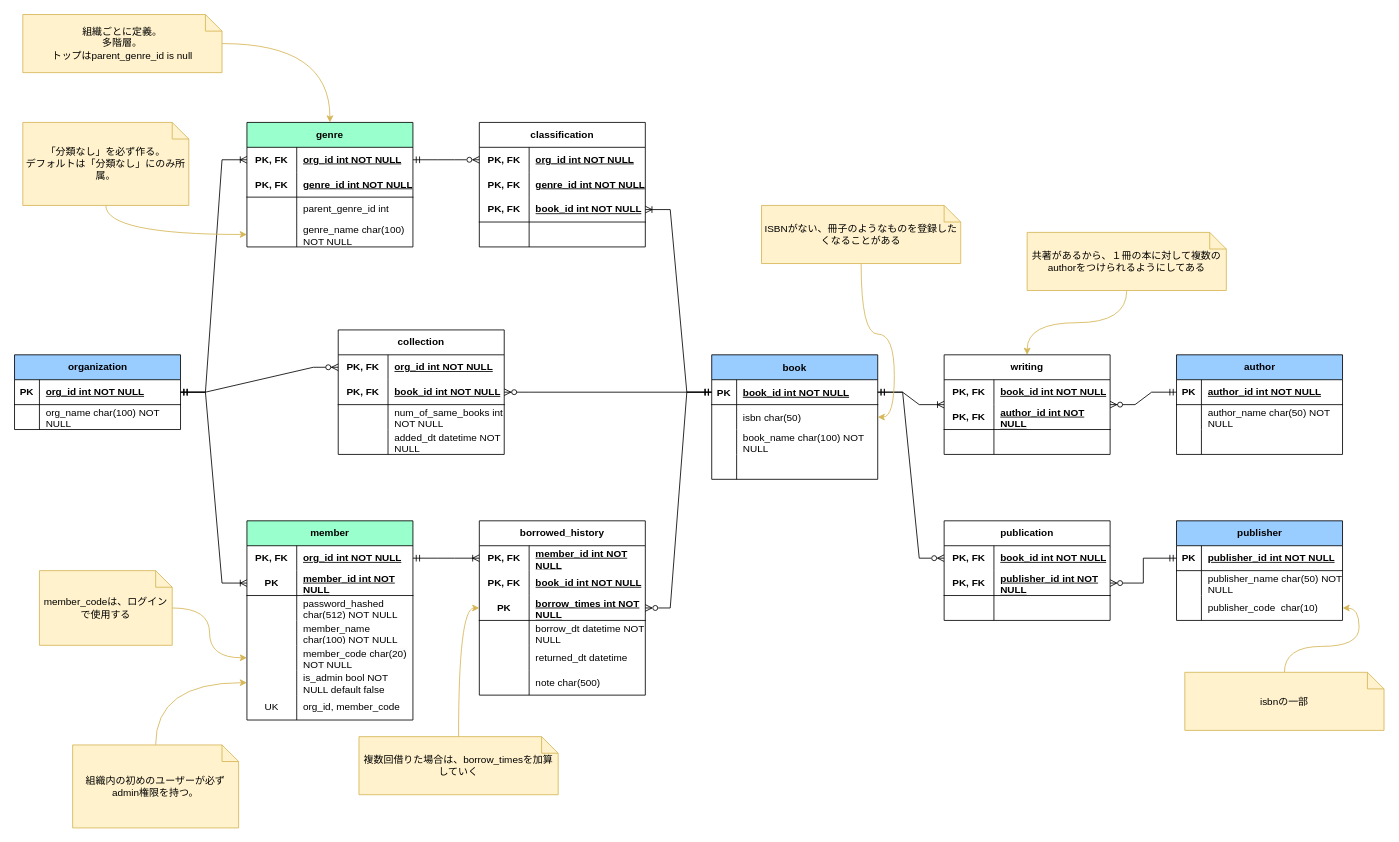
Earlier version of the draw.io diagram doc/er_diagram.drawio (yo16/bookshelf_2023). Source tidied: cells renumbered, new cells numbered last; positions are measured from the earlier drawing's top-left corner, leaving out a move shared by most shapes. Both pictures are drawn from the tidied source at 83%, with x=0, y=0 at pixel (14, 14).
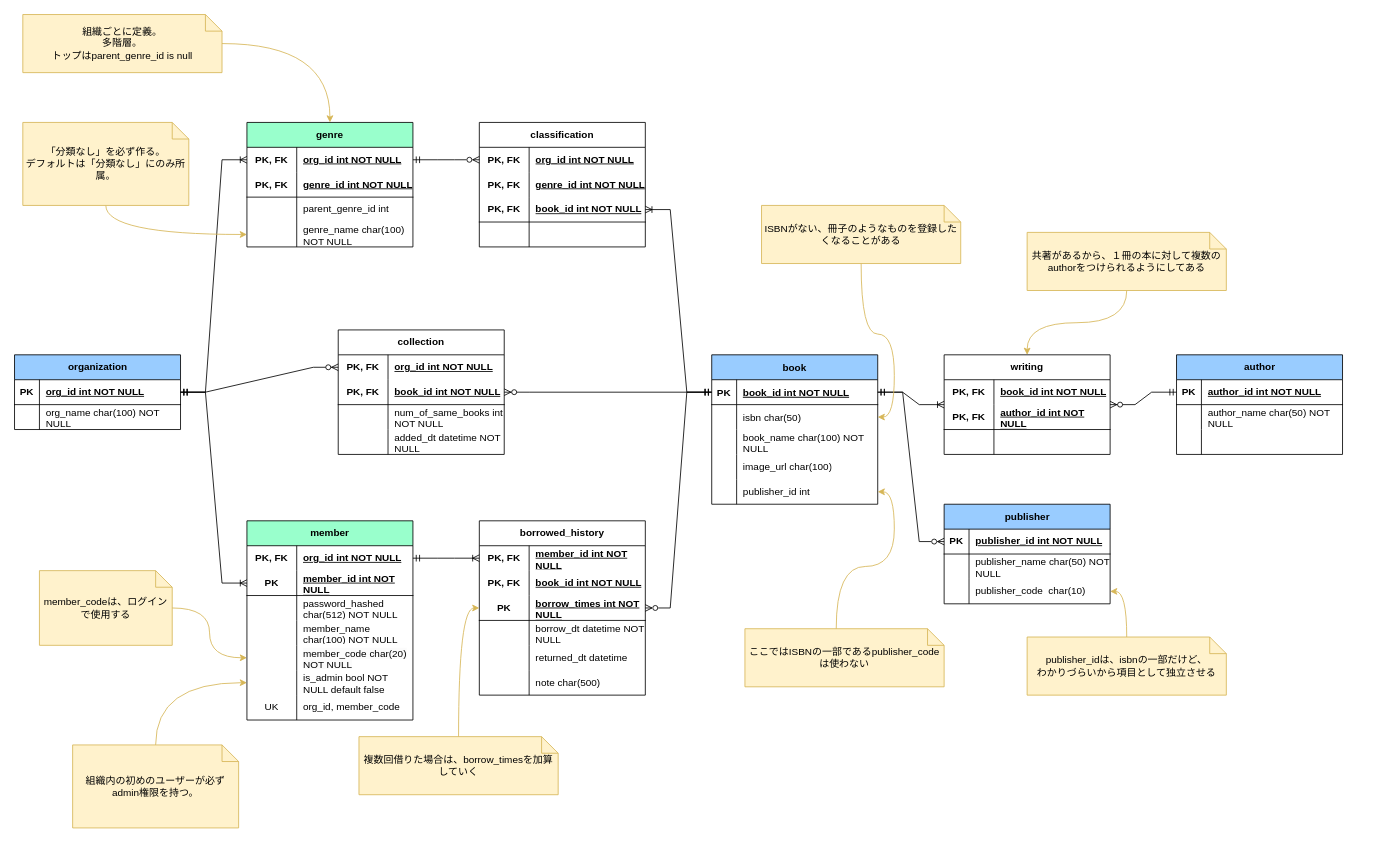
The same diagram, later.

Unchanged cells that the change refers to:
```xml
<mxCell id="3" style="shape=partialRectangle;fillColor=none;points=[[0,0.5],[1,0.5]];portConstraint=eastwest;top=0;left=0;right=0;bottom=1;" parent="2" vertex="1">
  <mxGeometry y="30" width="200" height="30" as="geometry" />
</mxCell>
<mxCell id="12" style="shape=partialRectangle;fillColor=none;top=0;left=0;right=0;bottom=0;" parent="2" vertex="1">
  <mxGeometry y="120" width="200" height="30" as="geometry" />
</mxCell>
<mxCell id="38" style="shape=tableRow;horizontal=0;startSize=0;swimlaneHead=0;swimlaneBody=0;fillColor=none;points=[[0,0.5],[1,0.5]];portConstraint=eastwest;top=0;left=0;right=0;bottom=1;" parent="37" vertex="1">
  <mxGeometry y="30" width="200" height="30" as="geometry" />
</mxCell>
```

Change to the diagram source:
```diff
@@
     <mxCell id="2" value="book" style="shape=table;startSize=30;childLayout=tableLayout;rowLines=0;fontStyle=1;align=center;fillColor=#99CCFF;" parent="1" vertex="1">
-      <mxGeometry x="840" y="410" width="200" height="150" as="geometry" />
+      <mxGeometry x="840" y="410" width="200" height="180" as="geometry" />
     </mxCell>
@@
-    <mxCell id="14" style="shape=partialRectangle;overflow=hidden;fillColor=none;top=0;left=0;bottom=0;right=0;align=left;spacingLeft=6;verticalAlign=middle;whiteSpace=wrap;" parent="12" vertex="1">
+    <mxCell id="14" value="image_url char(100)" style="shape=partialRectangle;overflow=hidden;fillColor=none;top=0;left=0;bottom=0;right=0;align=left;spacingLeft=6;verticalAlign=middle;whiteSpace=wrap;" parent="12" vertex="1">
       <mxGeometry x="30" width="170" height="30" as="geometry" />
     </mxCell>
+    <mxCell id="170" style="shape=partialRectangle;fillColor=none;points=[[0,0.5],[1,0.5]];portConstraint=eastwest;top=0;left=0;right=0;bottom=0;" parent="2" vertex="1">
+      <mxGeometry y="150" width="200" height="30" as="geometry" />
+    </mxCell>
+    <mxCell id="171" style="shape=partialRectangle;overflow=hidden;fillColor=none;top=0;left=0;bottom=0;right=0;" parent="170" vertex="1">
+      <mxGeometry width="30" height="30" as="geometry" />
+    </mxCell>
+    <mxCell id="172" value="publisher_id int" style="shape=partialRectangle;overflow=hidden;fillColor=none;top=0;left=0;bottom=0;right=0;align=left;spacingLeft=6;verticalAlign=middle;whiteSpace=wrap;" parent="170" vertex="1">
+      <mxGeometry x="30" width="170" height="30" as="geometry" />
+    </mxCell>
@@
     <mxCell id="37" value="publisher" style="shape=table;startSize=30;childLayout=tableLayout;rowLines=0;fontStyle=1;align=center;html=1;fillColor=#99CCFF;" parent="1" vertex="1">
-      <mxGeometry x="1400" y="610" width="200" height="120" as="geometry" />
+      <mxGeometry x="1120" y="590" width="200" height="120" as="geometry" />
     </mxCell>
@@
-    <mxCell id="47" value="publication" style="shape=table;startSize=30;childLayout=tableLayout;rowLines=0;fontStyle=1;align=center;html=1;whiteSpace=wrap;" parent="1" vertex="1">
-      <mxGeometry x="1120" y="610" width="200" height="120" as="geometry" />
-    </mxCell>
-    <mxCell id="48" style="shape=tableRow;horizontal=0;startSize=0;swimlaneHead=0;swimlaneBody=0;fillColor=none;points=[[0,0.5],[1,0.5]];portConstraint=eastwest;top=0;left=0;right=0;bottom=0;html=1;" parent="47" vertex="1">
-      <mxGeometry y="30" width="200" height="30" as="geometry" />
-    </mxCell>
-    <mxCell id="49" value="PK, FK" style="shape=partialRectangle;fillColor=none;top=0;left=0;bottom=0;right=0;fontStyle=1;overflow=hidden;html=1;whiteSpace=wrap;" parent="48" vertex="1">
-      <mxGeometry width="60" height="30" as="geometry" />
-    </mxCell>
-    <mxCell id="50" value="book_id int NOT NULL" style="shape=partialRectangle;fillColor=none;top=0;left=0;bottom=0;right=0;align=left;spacingLeft=6;fontStyle=5;overflow=hidden;html=1;whiteSpace=wrap;" parent="48" vertex="1">
-      <mxGeometry x="60" width="140" height="30" as="geometry" />
-    </mxCell>
-    <mxCell id="51" style="shape=tableRow;horizontal=0;startSize=0;swimlaneHead=0;swimlaneBody=0;fillColor=none;points=[[0,0.5],[1,0.5]];portConstraint=eastwest;top=0;left=0;right=0;bottom=1;html=1;" parent="47" vertex="1">
-      <mxGeometry y="60" width="200" height="30" as="geometry" />
-    </mxCell>
-    <mxCell id="52" value="PK, FK" style="shape=partialRectangle;fillColor=none;top=0;left=0;bottom=0;right=0;fontStyle=1;overflow=hidden;html=1;whiteSpace=wrap;" parent="51" vertex="1">
-      <mxGeometry width="60" height="30" as="geometry" />
-    </mxCell>
-    <mxCell id="53" value="publisher_id int NOT NULL" style="shape=partialRectangle;fillColor=none;top=0;left=0;bottom=0;right=0;align=left;spacingLeft=6;fontStyle=5;overflow=hidden;html=1;whiteSpace=wrap;" parent="51" vertex="1">
-      <mxGeometry x="60" width="140" height="30" as="geometry" />
-    </mxCell>
-    <mxCell id="54" style="shape=tableRow;horizontal=0;startSize=0;swimlaneHead=0;swimlaneBody=0;fillColor=none;top=0;left=0;right=0;bottom=0;html=1;" parent="47" vertex="1">
-      <mxGeometry y="90" width="200" height="30" as="geometry" />
-    </mxCell>
-    <mxCell id="55" style="shape=partialRectangle;fillColor=none;top=0;left=0;bottom=0;right=0;overflow=hidden;html=1;whiteSpace=wrap;" parent="54" vertex="1">
-      <mxGeometry width="60" height="30" as="geometry" />
-    </mxCell>
-    <mxCell id="56" style="shape=partialRectangle;fillColor=none;top=0;left=0;bottom=0;right=0;align=left;spacingLeft=6;overflow=hidden;html=1;whiteSpace=wrap;" parent="54" vertex="1">
-      <mxGeometry x="60" width="140" height="30" as="geometry" />
-    </mxCell>
-    <mxCell id="57" style="edgeStyle=entityRelationEdgeStyle;fontSize=12;html=1;endArrow=ERzeroToMany;startArrow=ERmandOne;rounded=0;endFill=0;" parent="1" edge="1" source="3" target="48">
+    <mxCell id="57" style="edgeStyle=entityRelationEdgeStyle;fontSize=12;html=1;endArrow=ERzeroToMany;startArrow=ERmandOne;rounded=0;endFill=0;entryX=0;entryY=0.5;entryDx=0;entryDy=0;" parent="1" edge="1" source="3" target="38">
       <mxGeometry relative="1" as="geometry" />
     </mxCell>
-    <mxCell id="58" style="edgeStyle=orthogonalEdgeStyle;rounded=0;jettySize=auto;html=1;endArrow=ERmandOne;endFill=0;startArrow=ERzeroToMany;startFill=0;" parent="1" edge="1" source="51" target="38">
-      <mxGeometry relative="1" as="geometry" />
-    </mxCell>
@@
-    <mxCell id="143" value="isbnの一部" style="shape=note;size=20;whiteSpace=wrap;html=1;fillColor=#fff2cc;strokeColor=#d6b656;" parent="1" vertex="1">
-      <mxGeometry x="1410" y="792.5" width="240" height="70" as="geometry" />
+    <mxCell id="143" value="publisher_idは、isbnの一部だけど、&lt;br&gt;わかりづらいから項目として独立させる" style="shape=note;size=20;whiteSpace=wrap;html=1;fillColor=#fff2cc;strokeColor=#d6b656;" parent="1" vertex="1">
+      <mxGeometry x="1220" y="750" width="240" height="70" as="geometry" />
     </mxCell>
@@
+    <mxCell id="173" value="ここではISBNの一部であるpublisher_codeは使わない" style="shape=note;size=20;whiteSpace=wrap;html=1;fillColor=#fff2cc;strokeColor=#d6b656;" parent="1" vertex="1">
+      <mxGeometry x="880" y="740" width="240" height="70" as="geometry" />
+    </mxCell>
+    <mxCell id="174" style="edgeStyle=orthogonalEdgeStyle;jettySize=auto;html=1;fillColor=#fff2cc;strokeColor=#d6b656;curved=1;exitX=0;exitY=0;exitDx=110;exitDy=0;exitPerimeter=0;" parent="1" edge="1" source="173" target="170">
+      <mxGeometry relative="1" as="geometry" />
+    </mxCell>
```
